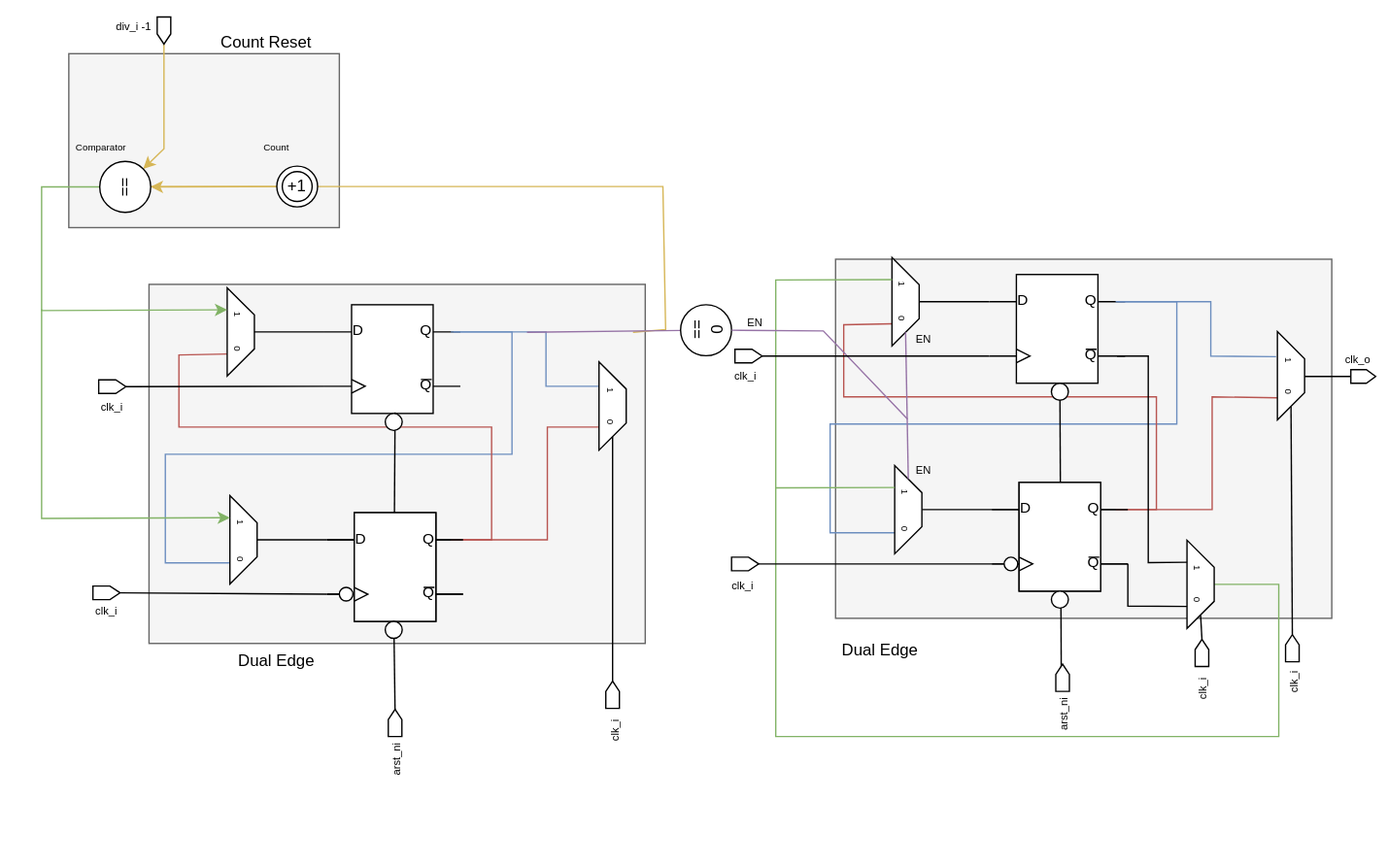
Before: document/clockdivider.svg, a diagram exported from draw.io (ADN-VLSI/SC-SoC). Source tidied: cells renumbered, new cells last; positions are measured from the earlier drawing's top-left corner, leaving out a move shared by most shapes.
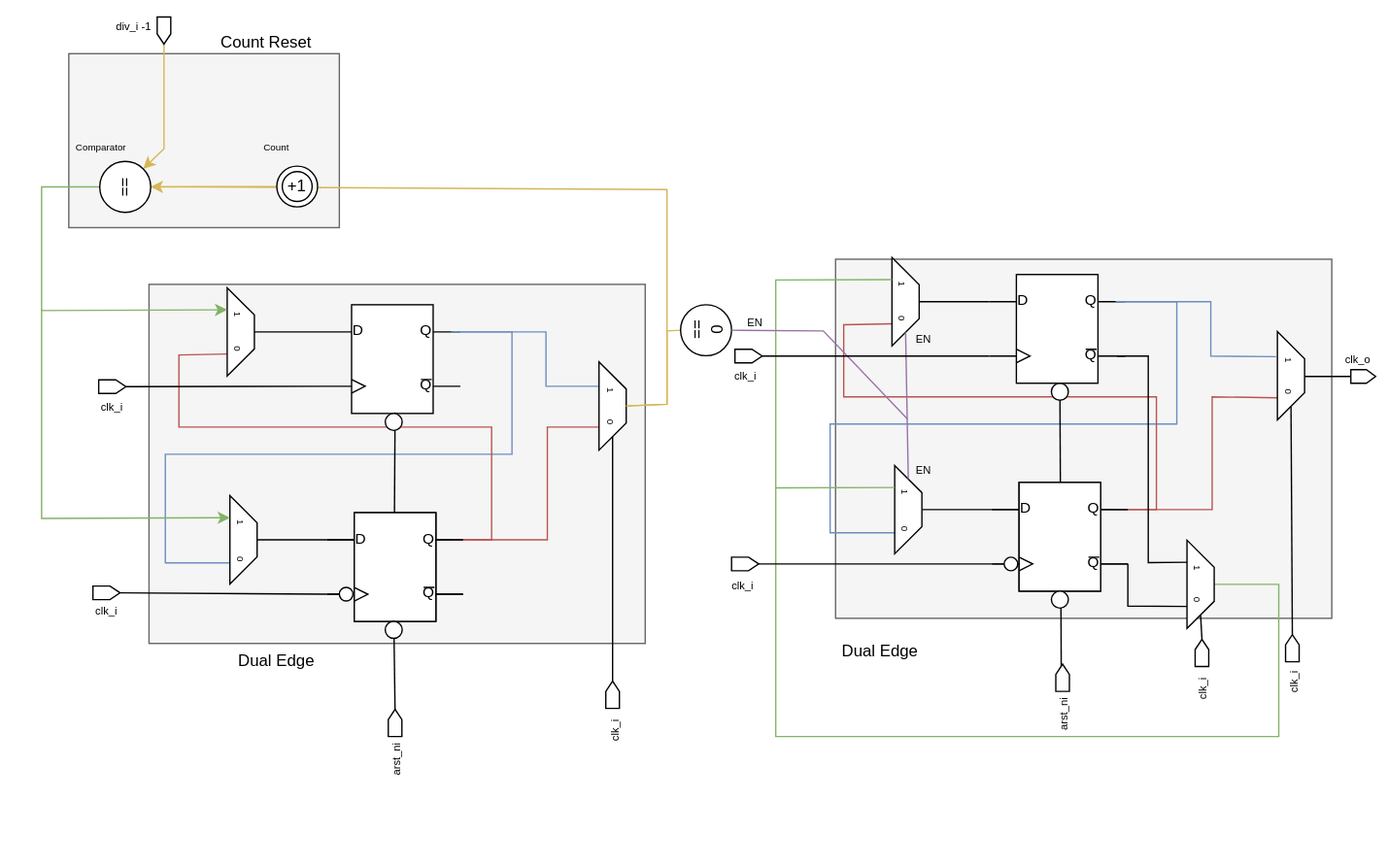
Later version of the same file.

Diff of the diagram source:
```diff
@@ -83,13 +83,12 @@
     <mxCell id="17" value="&lt;font style=&quot;font-size: 8px;&quot;&gt;clk_i&lt;/font&gt;" style="text;html=1;align=center;verticalAlign=middle;whiteSpace=wrap;rounded=0;" parent="1" vertex="1">
       <mxGeometry x="66.8" y="441.8" width="22" height="12" as="geometry" />
     </mxCell>
-    <mxCell id="18" style="endArrow=none;html=1;fillColor=#fff2cc;strokeColor=#d6b656;rounded=0;curved=0;" parent="1" edge="1">
+    <mxCell id="18" style="endArrow=none;html=1;fillColor=#fff2cc;strokeColor=#d6b656;rounded=0;curved=0;exitX=0.5;exitY=0;exitDx=0;exitDy=0;" parent="1" edge="1" source="14">
       <mxGeometry relative="1" as="geometry">
-        <mxPoint x="465" y="244" as="sourcePoint" />
         <mxPoint x="107" y="135" as="targetPoint" />
         <Array as="points">
-          <mxPoint x="489" y="242" />
-          <mxPoint x="487" y="136.8" />
+          <mxPoint x="490" y="297" />
+          <mxPoint x="490" y="139" />
           <mxPoint x="107" y="136.8" />
         </Array>
       </mxGeometry>
@@ -273,9 +272,12 @@
         <mxPoint x="570" y="358.5" as="sourcePoint" />
       </mxGeometry>
     </mxCell>
-    <mxCell id="58" style="endArrow=none;html=1;fillColor=#e1d5e7;strokeColor=#9673a6;rounded=0;curved=0;" parent="1" edge="1" source="60">
+    <mxCell id="58" style="endArrow=none;html=1;fillColor=#fff2cc;strokeColor=#d6b656;rounded=0;curved=0;entryX=0.5;entryY=0;entryDx=0;entryDy=0;" parent="1" edge="1" source="60" target="14">
       <mxGeometry relative="1" as="geometry">
-        <mxPoint x="387" y="244" as="targetPoint" />
+        <Array as="points">
+          <mxPoint x="490" y="243" />
+          <mxPoint x="490" y="297" />
+        </Array>
       </mxGeometry>
     </mxCell>
     <mxCell id="59" style="endArrow=none;html=1;fillColor=#e1d5e7;strokeColor=#9673a6;entryX=1;entryY=0.5;entryDx=0;entryDy=0;exitX=0;exitY=0.5;exitDx=0;exitDy=0;" parent="1" edge="1" source="41" target="42">
```
